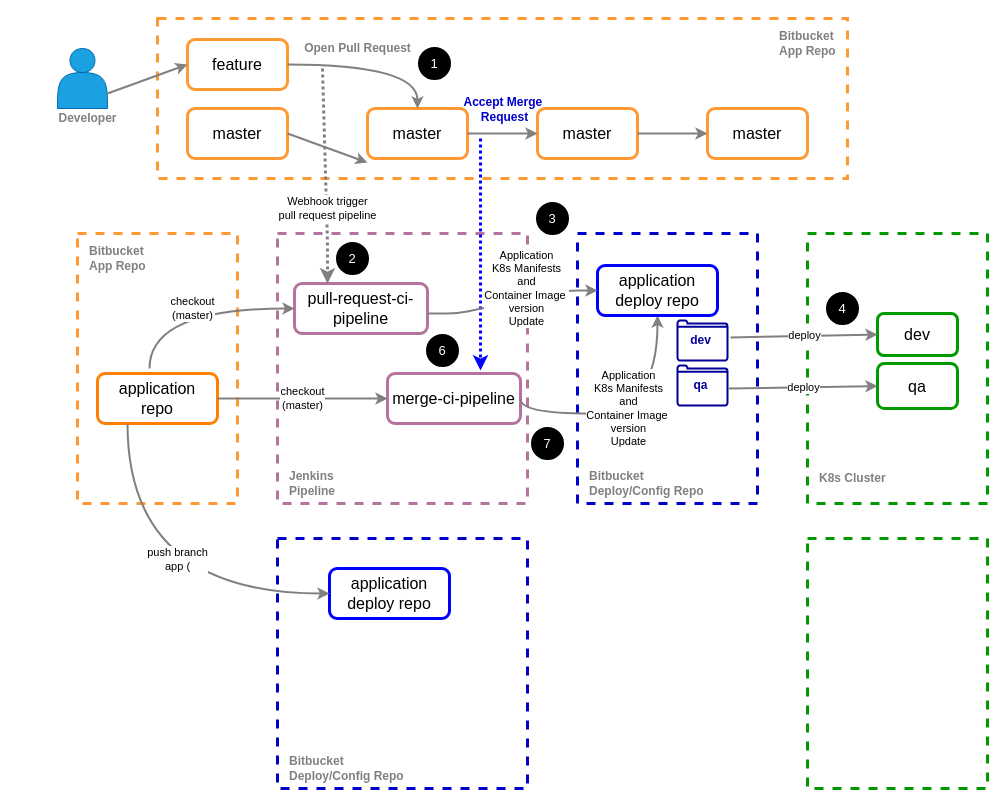
josephlim75/technologies keeps this draw.io diagram as page "Page-2" (2 of 2) of cicd.drawio. Above is the earlier version. Source tidied: cells renumbered, new cells numbered last; positions are measured from the earlier drawing's top-left corner, leaving out a move shared by most shapes. Both pictures are drawn from the tidied source at 100%, with x=0, y=0 at pixel (17, 18).
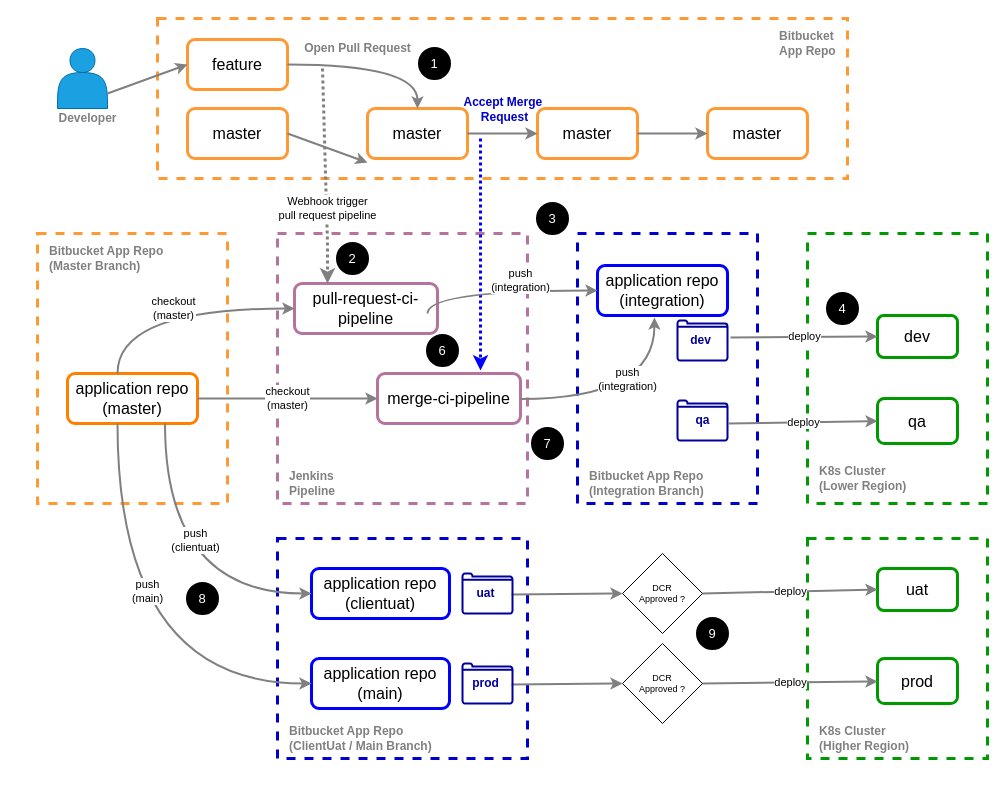
Above is the later version.

Change to the diagram source:
```diff
@@
     <mxCell id="15" value="&lt;span style=&quot;font-size: 16px&quot;&gt;pull-request-ci-pipeline&lt;/span&gt;" style="rounded=1;whiteSpace=wrap;html=1;strokeColor=#B5739D;strokeWidth=3;" parent="1" vertex="1">
-      <mxGeometry x="277" y="265" width="133" height="50" as="geometry" />
+      <mxGeometry x="277" y="265" width="143" height="50" as="geometry" />
     </mxCell>
     <mxCell id="16" style="rounded=0;whiteSpace=wrap;html=1;strokeColor=#FF9933;strokeWidth=3;dashed=1;" parent="1" vertex="1">
-      <mxGeometry x="60" y="215" width="160" height="270" as="geometry" />
+      <mxGeometry x="20" y="215" width="190" height="270" as="geometry" />
     </mxCell>
@@
-    <mxCell id="18" value="Bitbucket&lt;br style=&quot;font-size: 12px&quot;&gt;App Repo" style="text;strokeColor=none;fillColor=none;html=1;fontSize=12;fontStyle=1;verticalAlign=middle;align=left;fontColor=#808080;" parent="1" vertex="1">
-      <mxGeometry x="70" y="220" width="60" height="40" as="geometry" />
+    <mxCell id="18" value="Bitbucket App Repo&lt;br&gt;(Master Branch)" style="text;strokeColor=none;fillColor=none;html=1;fontSize=12;fontStyle=1;verticalAlign=middle;align=left;fontColor=#808080;" parent="1" vertex="1">
+      <mxGeometry x="30" y="220" width="60" height="40" as="geometry" />
     </mxCell>
-    <mxCell id="19" value="&lt;span style=&quot;font-size: 16px&quot;&gt;application&lt;br&gt;repo&lt;br&gt;&lt;/span&gt;" style="rounded=1;whiteSpace=wrap;html=1;strokeColor=#FF8000;strokeWidth=3;" parent="1" vertex="1">
-      <mxGeometry x="80" y="355" width="120" height="50" as="geometry" />
+    <mxCell id="19" value="&lt;span style=&quot;font-size: 16px&quot;&gt;application repo&lt;br&gt;(master)&lt;br&gt;&lt;/span&gt;" style="rounded=1;whiteSpace=wrap;html=1;strokeColor=#FF8000;strokeWidth=3;" parent="1" vertex="1">
+      <mxGeometry x="50" y="355" width="130" height="50" as="geometry" />
     </mxCell>
@@
-    <mxCell id="22" value="checkout&lt;br&gt;(master)" style="endArrow=classic;html=1;strokeColor=#808080;strokeWidth=2;edgeStyle=orthogonalEdgeStyle;curved=1;entryX=0;entryY=0.5;entryDx=0;entryDy=0;exitX=1;exitY=0.5;exitDx=0;exitDy=0;" parent="1" edge="1" target="15">
+    <mxCell id="22" value="checkout&lt;br&gt;(master)" style="endArrow=classic;html=1;strokeColor=#808080;strokeWidth=2;edgeStyle=orthogonalEdgeStyle;curved=1;entryX=0;entryY=0.5;entryDx=0;entryDy=0;" parent="1" edge="1" source="19" target="15">
       <mxGeometry relative="1" as="geometry">
-        <mxPoint x="132" y="350" as="sourcePoint" />
         <Array as="points">
-          <mxPoint x="132" y="290" />
+          <mxPoint x="100" y="290" />
         </Array>
       </mxGeometry>
     </mxCell>
@@
-    <mxCell id="24" value="Bitbucket&lt;br style=&quot;font-size: 12px&quot;&gt;Deploy/Config Repo" style="text;strokeColor=none;fillColor=none;html=1;fontSize=12;fontStyle=1;verticalAlign=middle;align=left;fontColor=#808080;" parent="1" vertex="1">
+    <mxCell id="24" value="Bitbucket App Repo&lt;br&gt;(Integration Branch)" style="text;strokeColor=none;fillColor=none;html=1;fontSize=12;fontStyle=1;verticalAlign=middle;align=left;fontColor=#808080;" parent="1" vertex="1">
       <mxGeometry x="570" y="445" width="120" height="40" as="geometry" />
     </mxCell>
@@
     <mxCell id="27" value="&lt;span style=&quot;font-size: 16px&quot;&gt;merge-ci-pipeline&lt;/span&gt;" style="rounded=1;whiteSpace=wrap;html=1;strokeColor=#B5739D;strokeWidth=3;" parent="1" vertex="1">
-      <mxGeometry x="370" y="355" width="133" height="50" as="geometry" />
+      <mxGeometry x="360" y="355" width="143" height="50" as="geometry" />
     </mxCell>
@@
-    <mxCell id="30" value="Application&lt;br&gt;K8s Manifests&lt;br&gt;and&lt;br&gt;Container Image&amp;nbsp;&lt;br&gt;version&lt;br&gt;Update" style="endArrow=classic;html=1;exitX=1;exitY=0.5;exitDx=0;exitDy=0;strokeWidth=2;strokeColor=#808080;entryX=0.5;entryY=1;entryDx=0;entryDy=0;edgeStyle=orthogonalEdgeStyle;curved=1;" parent="1" edge="1" target="31">
-      <mxGeometry x="-0.03" y="5" relative="1" as="geometry">
+    <mxCell id="30" value="push&lt;br&gt;(integration)" style="endArrow=classic;html=1;exitX=1;exitY=0.5;exitDx=0;exitDy=0;strokeWidth=2;strokeColor=#808080;entryX=0.438;entryY=1.04;entryDx=0;entryDy=0;edgeStyle=orthogonalEdgeStyle;curved=1;entryPerimeter=0;" parent="1" edge="1" target="31">
+      <mxGeometry x="-0.01" y="21" relative="1" as="geometry">
         <mxPoint x="503" y="380.5" as="sourcePoint" />
         <Array as="points">
-          <mxPoint x="503" y="395" />
-          <mxPoint x="640" y="395" />
+          <mxPoint x="637" y="381" />
         </Array>
-        <mxPoint x="1" as="offset" />
+        <mxPoint y="1" as="offset" />
       </mxGeometry>
     </mxCell>
-    <mxCell id="31" value="&lt;span style=&quot;font-size: 16px&quot;&gt;application&lt;br&gt;deploy repo&lt;br&gt;&lt;/span&gt;" style="rounded=1;whiteSpace=wrap;html=1;strokeColor=#0000FF;strokeWidth=3;" parent="1" vertex="1">
-      <mxGeometry x="580" y="247" width="120" height="50" as="geometry" />
+    <mxCell id="31" value="&lt;span style=&quot;font-size: 16px&quot;&gt;application repo&lt;br&gt;(integration)&lt;br&gt;&lt;/span&gt;" style="rounded=1;whiteSpace=wrap;html=1;strokeColor=#0000FF;strokeWidth=3;" parent="1" vertex="1">
+      <mxGeometry x="580" y="247" width="130" height="50" as="geometry" />
     </mxCell>
@@
-    <mxCell id="33" value="K8s Cluster" style="text;strokeColor=none;fillColor=none;html=1;fontSize=12;fontStyle=1;verticalAlign=middle;align=left;fontColor=#808080;" parent="1" vertex="1">
-      <mxGeometry x="800" y="440" width="80" height="40" as="geometry" />
+    <mxCell id="33" value="K8s Cluster &lt;br&gt;(Lower Region)" style="text;strokeColor=none;fillColor=none;html=1;fontSize=12;fontStyle=1;verticalAlign=middle;align=left;fontColor=#808080;" parent="1" vertex="1">
+      <mxGeometry x="800" y="440" width="140" height="40" as="geometry" />
     </mxCell>
     <mxCell id="34" value="&lt;span style=&quot;font-size: 16px&quot;&gt;dev&lt;br&gt;&lt;/span&gt;" style="rounded=1;whiteSpace=wrap;html=1;strokeColor=#009900;strokeWidth=3;" parent="1" vertex="1">
-      <mxGeometry x="860" y="295" width="80" height="42" as="geometry" />
+      <mxGeometry x="860" y="297" width="80" height="42" as="geometry" />
     </mxCell>
     <mxCell id="35" value="&lt;span style=&quot;font-size: 16px&quot;&gt;qa&lt;br&gt;&lt;/span&gt;" style="rounded=1;whiteSpace=wrap;html=1;strokeColor=#009900;strokeWidth=3;" parent="1" vertex="1">
-      <mxGeometry x="860" y="345" width="80" height="45" as="geometry" />
+      <mxGeometry x="860" y="380" width="80" height="45" as="geometry" />
     </mxCell>
@@
     <mxCell id="38" style="html=1;verticalLabelPosition=bottom;align=center;labelBackgroundColor=#ffffff;verticalAlign=top;strokeWidth=2;strokeColor=#000099;shadow=0;dashed=0;shape=mxgraph.ios7.icons.folder;fillColor=none;fontSize=12;fontColor=#0000CC;" parent="1" vertex="1">
-      <mxGeometry x="660" y="347" width="50" height="40" as="geometry" />
+      <mxGeometry x="660" y="382" width="50" height="40" as="geometry" />
     </mxCell>
     <mxCell id="39" value="qa" style="text;strokeColor=none;fillColor=none;html=1;fontSize=12;fontStyle=1;verticalAlign=middle;align=center;fontColor=#000099;" parent="1" vertex="1">
-      <mxGeometry x="675" y="362" width="15" height="10" as="geometry" />
+      <mxGeometry x="680" y="397" width="10" height="10" as="geometry" />
     </mxCell>
@@
-    <mxCell id="49" value="Application&lt;br&gt;K8s Manifests&lt;br&gt;and&lt;br&gt;Container Image&amp;nbsp;&lt;br&gt;version&lt;br&gt;Update" style="endArrow=classic;html=1;entryX=0;entryY=0.5;entryDx=0;entryDy=0;edgeStyle=entityRelationEdgeStyle;strokeWidth=2;strokeColor=#808080;" parent="1" edge="1" target="31">
+    <mxCell id="49" value="push&lt;br&gt;(integration)" style="endArrow=classic;html=1;entryX=0;entryY=0.5;entryDx=0;entryDy=0;edgeStyle=orthogonalEdgeStyle;strokeWidth=2;strokeColor=#808080;curved=1;" parent="1" edge="1" target="31">
       <mxGeometry x="0.2" y="10" relative="1" as="geometry">
         <mxPoint x="410" y="295" as="sourcePoint" />
+        <Array as="points">
+          <mxPoint x="410" y="272" />
+        </Array>
       </mxGeometry>
     </mxCell>
     <mxCell id="50" style="rounded=0;whiteSpace=wrap;html=1;strokeColor=#009900;strokeWidth=3;dashed=1;" parent="1" vertex="1">
-      <mxGeometry x="790" y="520" width="180" height="250" as="geometry" />
+      <mxGeometry x="790" y="520" width="180" height="220" as="geometry" />
     </mxCell>
     <mxCell id="51" style="rounded=0;whiteSpace=wrap;html=1;strokeColor=#0000CC;strokeWidth=3;dashed=1;" parent="1" vertex="1">
-      <mxGeometry x="260" y="520" width="250" height="250" as="geometry" />
+      <mxGeometry x="260" y="520" width="250" height="220" as="geometry" />
     </mxCell>
-    <mxCell id="52" value="Bitbucket&lt;br style=&quot;font-size: 12px&quot;&gt;Deploy/Config Repo" style="text;strokeColor=none;fillColor=none;html=1;fontSize=12;fontStyle=1;verticalAlign=middle;align=left;fontColor=#808080;" parent="1" vertex="1">
-      <mxGeometry x="270" y="730" width="160" height="40" as="geometry" />
+    <mxCell id="52" value="Bitbucket App Repo&lt;br&gt;(ClientUat / Main Branch)" style="text;strokeColor=none;fillColor=none;html=1;fontSize=12;fontStyle=1;verticalAlign=middle;align=left;fontColor=#808080;" parent="1" vertex="1">
+      <mxGeometry x="270" y="700" width="160" height="40" as="geometry" />
     </mxCell>
-    <mxCell id="53" value="&lt;span style=&quot;font-size: 16px&quot;&gt;application&lt;br&gt;deploy repo&lt;br&gt;&lt;/span&gt;" style="rounded=1;whiteSpace=wrap;html=1;strokeColor=#0000FF;strokeWidth=3;" parent="1" vertex="1">
-      <mxGeometry x="312" y="550" width="120" height="50" as="geometry" />
+    <mxCell id="53" value="&lt;span style=&quot;font-size: 16px&quot;&gt;application repo&lt;br&gt;(clientuat)&lt;br&gt;&lt;/span&gt;" style="rounded=1;whiteSpace=wrap;html=1;strokeColor=#0000FF;strokeWidth=3;" parent="1" vertex="1">
+      <mxGeometry x="294" y="550" width="138" height="50" as="geometry" />
     </mxCell>
-    <mxCell id="54" value="push branch&lt;br&gt;app (" style="endArrow=classic;html=1;strokeColor=#808080;strokeWidth=2;entryX=0;entryY=0.5;entryDx=0;entryDy=0;exitX=0.25;exitY=1;exitDx=0;exitDy=0;edgeStyle=orthogonalEdgeStyle;elbow=vertical;curved=1;" parent="1" edge="1" source="19" target="53">
-      <mxGeometry x="-0.27" y="50" relative="1" as="geometry" />
+    <mxCell id="54" value="push&lt;br&gt;(clientuat)" style="endArrow=classic;html=1;strokeColor=#808080;strokeWidth=2;entryX=0;entryY=0.5;entryDx=0;entryDy=0;exitX=0.75;exitY=1;exitDx=0;exitDy=0;edgeStyle=orthogonalEdgeStyle;elbow=vertical;curved=1;" parent="1" edge="1" source="19" target="53">
+      <mxGeometry x="-0.26" y="30" relative="1" as="geometry" />
     </mxCell>
+    <mxCell id="55" value="&lt;span style=&quot;font-size: 16px&quot;&gt;application repo&lt;br&gt;(main)&lt;br&gt;&lt;/span&gt;" style="rounded=1;whiteSpace=wrap;html=1;strokeColor=#0000FF;strokeWidth=3;" parent="1" vertex="1">
+      <mxGeometry x="294" y="640" width="138" height="50" as="geometry" />
+    </mxCell>
+    <mxCell id="56" value="push&lt;br&gt;(main)" style="endArrow=classic;html=1;strokeColor=#808080;strokeWidth=2;entryX=0;entryY=0.5;entryDx=0;entryDy=0;edgeStyle=orthogonalEdgeStyle;elbow=vertical;curved=1;" parent="1" edge="1" source="19" target="55">
+      <mxGeometry x="-0.26" y="30" relative="1" as="geometry">
+        <Array as="points">
+          <mxPoint x="100" y="665" />
+        </Array>
+      </mxGeometry>
+    </mxCell>
+    <mxCell id="57" value="&lt;span style=&quot;font-size: 16px&quot;&gt;uat&lt;br&gt;&lt;/span&gt;" style="rounded=1;whiteSpace=wrap;html=1;strokeColor=#009900;strokeWidth=3;" parent="1" vertex="1">
+      <mxGeometry x="860" y="550" width="80" height="42" as="geometry" />
+    </mxCell>
+    <mxCell id="58" value="&lt;span style=&quot;font-size: 16px&quot;&gt;prod&lt;br&gt;&lt;/span&gt;" style="rounded=1;whiteSpace=wrap;html=1;strokeColor=#009900;strokeWidth=3;" parent="1" vertex="1">
+      <mxGeometry x="860" y="640" width="80" height="45" as="geometry" />
+    </mxCell>
+    <mxCell id="59" value="deploy" style="endArrow=classic;html=1;exitX=1;exitY=0.5;exitDx=0;exitDy=0;strokeWidth=2;strokeColor=#808080;entryX=0;entryY=0.5;entryDx=0;entryDy=0;" parent="1" edge="1" source="61" target="57">
+      <mxGeometry relative="1" as="geometry" />
+    </mxCell>
+    <mxCell id="60" value="deploy" style="endArrow=classic;html=1;exitX=1;exitY=0.5;exitDx=0;exitDy=0;strokeWidth=2;strokeColor=#808080;" parent="1" edge="1" source="63" target="58">
+      <mxGeometry relative="1" as="geometry" />
+    </mxCell>
+    <mxCell id="61" value="&lt;font style=&quot;font-size: 9px;&quot;&gt;DCR &lt;br style=&quot;font-size: 9px;&quot;&gt;Approved ?&lt;/font&gt;" style="rhombus;whiteSpace=wrap;html=1;align=center;fontSize=9;" parent="1" vertex="1">
+      <mxGeometry x="605" y="535" width="80" height="80" as="geometry" />
+    </mxCell>
+    <mxCell id="62" style="endArrow=classic;html=1;exitX=0.98;exitY=0.525;exitDx=0;exitDy=0;strokeWidth=2;strokeColor=#808080;entryX=0;entryY=0.5;entryDx=0;entryDy=0;exitPerimeter=0;" parent="1" edge="1" source="66" target="61">
+      <mxGeometry relative="1" as="geometry" />
+    </mxCell>
+    <mxCell id="63" value="&lt;font style=&quot;font-size: 9px;&quot;&gt;DCR &lt;br style=&quot;font-size: 9px;&quot;&gt;Approved ?&lt;/font&gt;" style="rhombus;whiteSpace=wrap;html=1;align=center;fontSize=9;" parent="1" vertex="1">
+      <mxGeometry x="605" y="625" width="80" height="80" as="geometry" />
+    </mxCell>
+    <mxCell id="64" style="endArrow=classic;html=1;exitX=0.98;exitY=0.525;exitDx=0;exitDy=0;strokeWidth=2;strokeColor=#808080;entryX=0;entryY=0.5;entryDx=0;entryDy=0;exitPerimeter=0;" parent="1" edge="1" source="68" target="63">
+      <mxGeometry relative="1" as="geometry" />
+    </mxCell>
+    <mxCell id="65" value="K8s Cluster &lt;br&gt;(Higher Region)" style="text;strokeColor=none;fillColor=none;html=1;fontSize=12;fontStyle=1;verticalAlign=middle;align=left;fontColor=#808080;" parent="1" vertex="1">
+      <mxGeometry x="800" y="700" width="140" height="40" as="geometry" />
+    </mxCell>
+    <mxCell id="66" style="html=1;verticalLabelPosition=bottom;align=center;labelBackgroundColor=#ffffff;verticalAlign=top;strokeWidth=2;strokeColor=#000099;shadow=0;dashed=0;shape=mxgraph.ios7.icons.folder;fillColor=none;fontSize=12;fontColor=#0000CC;" parent="1" vertex="1">
+      <mxGeometry x="445" y="555" width="50" height="40" as="geometry" />
+    </mxCell>
+    <mxCell id="67" value="uat" style="text;strokeColor=none;fillColor=none;html=1;fontSize=12;fontStyle=1;verticalAlign=middle;align=center;fontColor=#000099;" parent="1" vertex="1">
+      <mxGeometry x="460" y="570" width="15" height="10" as="geometry" />
+    </mxCell>
+    <mxCell id="68" style="html=1;verticalLabelPosition=bottom;align=center;labelBackgroundColor=#ffffff;verticalAlign=top;strokeWidth=2;strokeColor=#000099;shadow=0;dashed=0;shape=mxgraph.ios7.icons.folder;fillColor=none;fontSize=12;fontColor=#0000CC;" parent="1" vertex="1">
+      <mxGeometry x="445" y="645" width="50" height="40" as="geometry" />
+    </mxCell>
+    <mxCell id="69" value="prod" style="text;strokeColor=none;fillColor=none;html=1;fontSize=12;fontStyle=1;verticalAlign=middle;align=center;fontColor=#000099;" parent="1" vertex="1">
+      <mxGeometry x="460" y="660" width="15" height="10" as="geometry" />
+    </mxCell>
+    <mxCell id="70" value="8" style="ellipse;whiteSpace=wrap;html=1;strokeColor=#000000;strokeWidth=3;fillColor=#000000;fontSize=13;fontColor=#FFFFFF;fontStyle=0;" parent="1" vertex="1">
+      <mxGeometry x="170" y="565" width="30" height="30" as="geometry" />
+    </mxCell>
+    <mxCell id="71" value="9" style="ellipse;whiteSpace=wrap;html=1;strokeColor=#000000;strokeWidth=3;fillColor=#000000;fontSize=13;fontColor=#FFFFFF;fontStyle=0;" parent="1" vertex="1">
+      <mxGeometry x="680" y="600" width="30" height="30" as="geometry" />
+    </mxCell>
```
